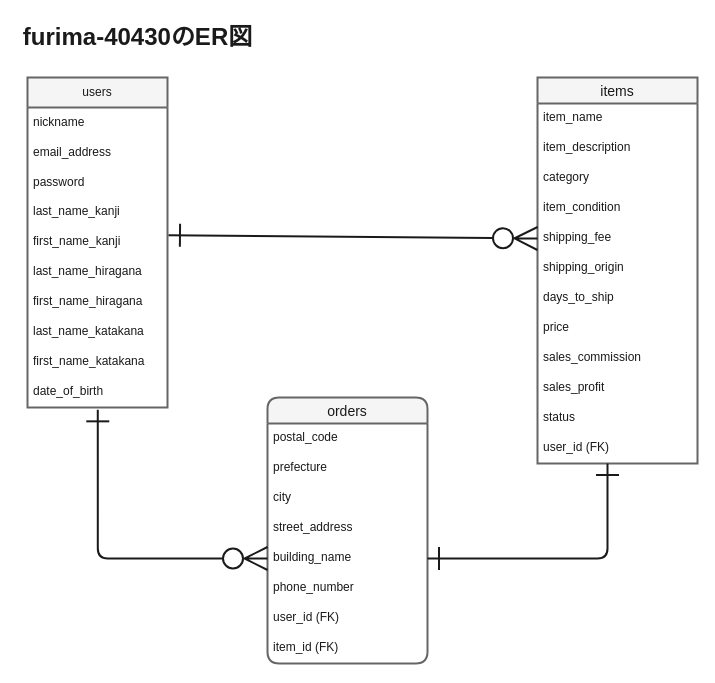
Above: er_diagram.dio in apricona/furima-40430 (draw.io), before the change. Source tidied: cells renumbered, new cells numbered last; positions are measured from the earlier drawing's top-left corner, leaving out a move shared by most shapes. Both pictures are drawn from the tidied source at 100%, with x=0, y=0 at pixel (17, 17).
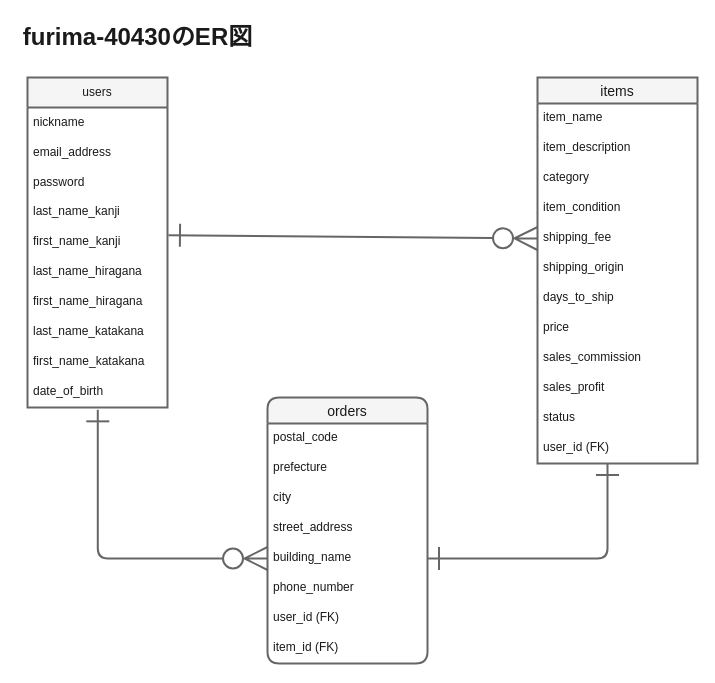
The same diagram, later.

Unchanged cells that the change refers to:
```xml
<mxCell id="7" value="first_name_kanji" style="text;strokeColor=none;fillColor=none;spacingLeft=4;spacingRight=4;overflow=hidden;points=[[0,0.5],[1,0.5]];portConstraint=eastwest;fontSize=12;fontColor=#1A1A1A;" parent="2" vertex="1">
  <mxGeometry y="150" width="140" height="30" as="geometry" />
</mxCell>
<mxCell id="12" value="date_of_birth" style="text;strokeColor=none;fillColor=none;spacingLeft=4;spacingRight=4;overflow=hidden;points=[[0,0.5],[1,0.5]];portConstraint=eastwest;fontSize=12;fontColor=#1A1A1A;" parent="2" vertex="1">
  <mxGeometry y="300" width="140" height="30" as="geometry" />
</mxCell>
<mxCell id="18" value="shipping_fee" style="text;strokeColor=none;fillColor=none;spacingLeft=4;spacingRight=4;overflow=hidden;points=[[0,0.5],[1,0.5]];portConstraint=eastwest;fontSize=12;fontColor=#1A1A1A;" parent="13" vertex="1">
  <mxGeometry y="146" width="160" height="30" as="geometry" />
</mxCell>
<mxCell id="25" value="user_id (FK)&#10;" style="text;strokeColor=none;fillColor=none;spacingLeft=4;spacingRight=4;overflow=hidden;points=[[0,0.5],[1,0.5]];portConstraint=eastwest;fontSize=12;fontColor=#1A1A1A;" parent="13" vertex="1">
  <mxGeometry y="356" width="160" height="30" as="geometry" />
</mxCell>
<mxCell id="31" value="building_name" style="text;strokeColor=none;fillColor=none;spacingLeft=4;spacingRight=4;overflow=hidden;points=[[0,0.5],[1,0.5]];portConstraint=eastwest;fontSize=12;fontColor=#1A1A1A;" parent="26" vertex="1">
  <mxGeometry y="146" width="160" height="30" as="geometry" />
</mxCell>
```

Change to the diagram source:
```diff
@@
-    <mxCell id="35" style="edgeStyle=none;html=1;exitX=1.007;exitY=0.256;exitDx=0;exitDy=0;endArrow=ERzeroToMany;endFill=0;jumpSize=6;startArrow=ERone;startFill=0;strokeWidth=2;endSize=20;startSize=20;fontColor=#1A1A1A;strokeColor=#1A1A1A;entryX=0;entryY=0.5;entryDx=0;entryDy=0;exitPerimeter=0;" parent="1" edge="1" source="7" target="18">
+    <mxCell id="35" style="edgeStyle=none;html=1;exitX=1.007;exitY=0.256;exitDx=0;exitDy=0;endArrow=ERzeroToMany;endFill=0;jumpSize=6;startArrow=ERone;startFill=0;strokeWidth=2;endSize=20;startSize=20;fontColor=#1A1A1A;strokeColor=#666666;entryX=0;entryY=0.5;entryDx=0;entryDy=0;exitPerimeter=0;" parent="1" edge="1" source="7" target="18">
       <mxGeometry relative="1" as="geometry" />
     </mxCell>
-    <mxCell id="36" style="edgeStyle=orthogonalEdgeStyle;jumpSize=6;html=1;exitX=1;exitY=0.5;exitDx=0;exitDy=0;strokeWidth=2;startArrow=ERone;startFill=0;endArrow=ERone;endFill=0;startSize=20;endSize=20;fontColor=#1A1A1A;strokeColor=#1A1A1A;" parent="1" edge="1" source="31" target="25">
+    <mxCell id="36" style="edgeStyle=orthogonalEdgeStyle;jumpSize=6;html=1;exitX=1;exitY=0.5;exitDx=0;exitDy=0;strokeWidth=2;startArrow=ERone;startFill=0;endArrow=ERone;endFill=0;startSize=20;endSize=20;fontColor=#1A1A1A;strokeColor=#666666;" parent="1" edge="1" source="31" target="25">
       <mxGeometry relative="1" as="geometry">
         <Array as="points">
           <mxPoint x="590" y="541" />
         </Array>
       </mxGeometry>
     </mxCell>
-    <mxCell id="37" style="edgeStyle=orthogonalEdgeStyle;jumpSize=6;html=1;exitX=0;exitY=0.5;exitDx=0;exitDy=0;strokeWidth=2;startArrow=ERzeroToMany;startFill=0;endArrow=ERone;endFill=0;startSize=20;endSize=20;fontColor=#1A1A1A;strokeColor=#1A1A1A;entryX=0.502;entryY=1.078;entryDx=0;entryDy=0;entryPerimeter=0;" parent="1" edge="1" source="31" target="12">
+    <mxCell id="37" style="edgeStyle=orthogonalEdgeStyle;jumpSize=6;html=1;exitX=0;exitY=0.5;exitDx=0;exitDy=0;strokeWidth=2;startArrow=ERzeroToMany;startFill=0;endArrow=ERone;endFill=0;startSize=20;endSize=20;fontColor=#1A1A1A;strokeColor=#666666;entryX=0.502;entryY=1.078;entryDx=0;entryDy=0;entryPerimeter=0;" parent="1" edge="1" source="31" target="12">
       <mxGeometry relative="1" as="geometry">
         <Array as="points">
           <mxPoint x="80" y="541" />
         </Array>
       </mxGeometry>
     </mxCell>
```
